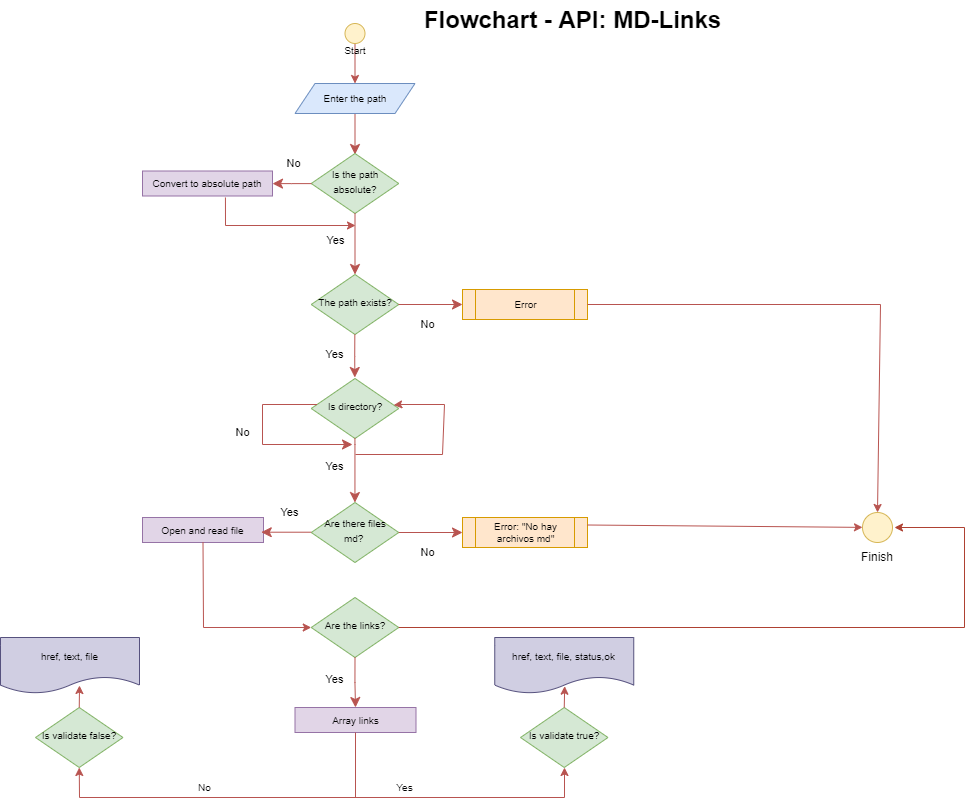
This is Diagrama_flujo_md-Links.drawio.png from arelia10/LIM017-md-links, a draw.io export, as it was before one commit. Source tidied: cells renumbered, new cells last; positions are measured from the earlier drawing's top-left corner, leaving out a move shared by most shapes.
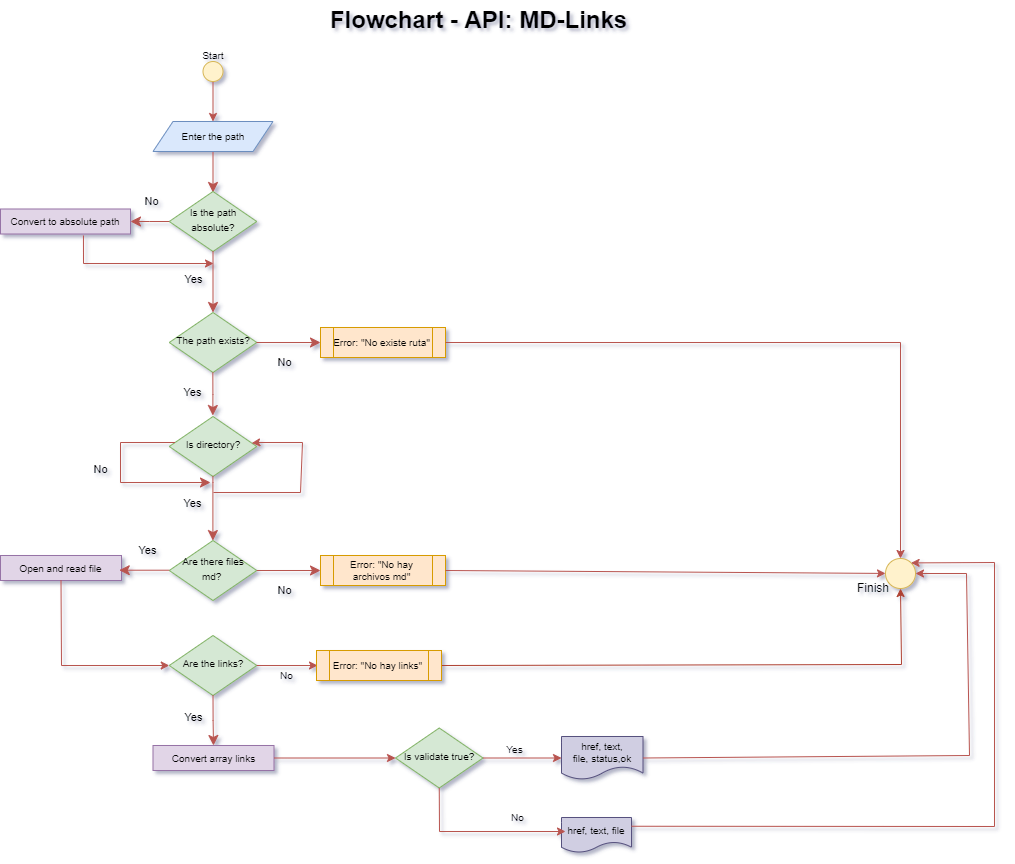
The same file after the commit.

Change to the diagram source:
```diff
@@ -1,4 +1,4 @@
-<mxGraphModel>
+<mxGraphModel shadow="1">
   <root>
     <mxCell id="0" />
     <mxCell id="1" parent="0" />
@@ -21,11 +21,11 @@
       <mxGeometry x="344.5" y="23" width="20" height="20" as="geometry" />
     </mxCell>
     <mxCell id="7" value="Flowchart - API: MD-Links" style="text;strokeColor=none;fillColor=none;html=1;fontSize=24;fontStyle=1;verticalAlign=middle;align=center;rounded=0;" parent="1" vertex="1">
-      <mxGeometry x="252" width="640" height="40" as="geometry" />
+      <mxGeometry x="300" y="-38" width="640" height="40" as="geometry" />
     </mxCell>
     <object id="8" label="&lt;font style=&quot;font-size: 10px;&quot;&gt;Start&lt;/font&gt;" name="Variable" placeholders="1">
       <mxCell style="text;html=1;strokeColor=none;fillColor=none;align=center;verticalAlign=middle;whiteSpace=wrap;overflow=hidden;rounded=0;" parent="1" vertex="1">
-        <mxGeometry x="314.5" y="40" width="80" height="20" as="geometry" />
+        <mxGeometry x="314.5" y="7" width="80" height="20" as="geometry" />
       </mxCell>
     </object>
     <mxCell id="9" value="&lt;span style=&quot;&quot;&gt;&lt;font style=&quot;font-size: 10px;&quot;&gt;Enter the path&lt;/font&gt;&lt;/span&gt;" style="shape=parallelogram;perimeter=parallelogramPerimeter;whiteSpace=wrap;html=1;fixedSize=1;fillColor=#dae8fc;strokeColor=#6c8ebf;rounded=0;" parent="1" vertex="1">
@@ -45,7 +45,7 @@
         <mxPoint x="398" y="304" as="sourcePoint" />
       </mxGeometry>
     </mxCell>
-    <mxCell id="14" value="Error" style="shape=process;whiteSpace=wrap;html=1;backgroundOutline=1;fontSize=10;fillColor=#ffe6cc;strokeColor=#d79b00;rounded=0;" parent="1" vertex="1">
+    <mxCell id="14" value="Error: &quot;No existe ruta&quot;" style="shape=process;whiteSpace=wrap;html=1;backgroundOutline=1;fontSize=10;fillColor=#ffe6cc;strokeColor=#d79b00;rounded=0;" parent="1" vertex="1">
       <mxGeometry x="462" y="289" width="125" height="30" as="geometry" />
     </mxCell>
     <mxCell id="15" value="Yes" style="edgeStyle=orthogonalEdgeStyle;rounded=0;html=1;jettySize=auto;orthogonalLoop=1;fontSize=11;endArrow=classic;endFill=1;endSize=8;strokeWidth=1;shadow=0;labelBackgroundColor=none;fillColor=#f8cecc;strokeColor=#b85450;" parent="1" edge="1">
@@ -129,76 +129,87 @@
         <mxPoint x="260.8" y="531.7" as="targetPoint" />
       </mxGeometry>
     </mxCell>
-    <mxCell id="29" style="endArrow=classic;html=1;rounded=0;exitX=1;exitY=0.25;exitDx=0;exitDy=0;fillColor=#f8cecc;strokeColor=#b85450;" parent="1" edge="1" source="23" target="30">
+    <mxCell id="29" style="endArrow=classic;html=1;rounded=0;exitX=1;exitY=0.5;exitDx=0;exitDy=0;fillColor=#f8cecc;strokeColor=#b85450;" parent="1" edge="1" source="23" target="30">
       <mxGeometry relative="1" as="geometry" />
     </mxCell>
     <mxCell id="30" style="ellipse;whiteSpace=wrap;html=1;fillColor=#fff2cc;strokeColor=#d6b656;rounded=0;" parent="1" vertex="1">
-      <mxGeometry x="862" y="512" width="30" height="30" as="geometry" />
+      <mxGeometry x="1027" y="520" width="30" height="30" as="geometry" />
     </mxCell>
     <mxCell id="31" value="Finish" style="text;html=1;strokeColor=none;fillColor=none;align=center;verticalAlign=middle;whiteSpace=wrap;rounded=0;" parent="1" vertex="1">
-      <mxGeometry x="847" y="542" width="60" height="30" as="geometry" />
+      <mxGeometry x="985" y="535" width="60" height="30" as="geometry" />
     </mxCell>
     <mxCell id="32" style="endArrow=classic;html=1;rounded=0;entryX=0.5;entryY=0;entryDx=0;entryDy=0;fillColor=#f8cecc;strokeColor=#b85450;" parent="1" edge="1" source="14" target="30">
       <mxGeometry relative="1" as="geometry">
         <Array as="points">
-          <mxPoint x="880" y="304" />
+          <mxPoint x="1042" y="304" />
         </Array>
       </mxGeometry>
     </mxCell>
     <mxCell id="33" value="&lt;font style=&quot;font-size: 10px;&quot;&gt;Is validate true?&lt;/font&gt;" style="rhombus;whiteSpace=wrap;html=1;shadow=0;fontFamily=Helvetica;fontSize=12;align=center;strokeWidth=1;spacing=6;spacingTop=-4;fillColor=#d5e8d4;strokeColor=#82b366;rounded=0;" parent="1" vertex="1">
-      <mxGeometry x="520" y="707" width="87.5" height="60" as="geometry" />
+      <mxGeometry x="537" y="689.5" width="87.5" height="60" as="geometry" />
     </mxCell>
-    <mxCell id="34" value="&lt;font style=&quot;font-size: 10px;&quot;&gt;Array links&lt;/font&gt;" style="rounded=0;whiteSpace=wrap;html=1;fillColor=#e1d5e7;strokeColor=#9673a6;" parent="1" vertex="1">
+    <mxCell id="34" value="&lt;font style=&quot;font-size: 10px;&quot;&gt;Convert array links&lt;/font&gt;" style="rounded=0;whiteSpace=wrap;html=1;fillColor=#e1d5e7;strokeColor=#9673a6;" parent="1" vertex="1">
       <mxGeometry x="294.5" y="707" width="121" height="25" as="geometry" />
     </mxCell>
-    <mxCell id="35" style="endArrow=classic;html=1;rounded=0;exitX=0.5;exitY=1;exitDx=0;exitDy=0;fillColor=#f8cecc;strokeColor=#b85450;" parent="1" edge="1" source="34">
-      <mxGeometry relative="1" as="geometry">
-        <mxPoint x="564" y="767" as="targetPoint" />
-        <Array as="points">
-          <mxPoint x="355" y="797" />
-          <mxPoint x="564" y="797" />
-        </Array>
-      </mxGeometry>
-    </mxCell>
-    <mxCell id="36" style="endArrow=classic;html=1;rounded=0;exitX=0.5;exitY=0;exitDx=0;exitDy=0;fillColor=#f8cecc;strokeColor=#b85450;entryX=0.503;entryY=0.87;entryDx=0;entryDy=0;entryPerimeter=0;" parent="1" edge="1" source="33" target="37">
+    <mxCell id="36" style="endArrow=classic;html=1;rounded=0;exitX=1;exitY=0.5;exitDx=0;exitDy=0;fillColor=#f8cecc;strokeColor=#b85450;entryX=0;entryY=0.5;entryDx=0;entryDy=0;" parent="1" edge="1" source="33" target="37">
       <mxGeometry relative="1" as="geometry" />
     </mxCell>
     <mxCell id="37" value="&lt;font color=&quot;#020203&quot; style=&quot;font-size: 10px; background-color: rgb(208, 206, 226);&quot;&gt;&lt;span style=&quot;text-align: left; font-size: 10px;&quot;&gt;&lt;font style=&quot;font-size: 10px;&quot;&gt;href, text, file,&amp;nbsp;&lt;/font&gt;&lt;/span&gt;&lt;span style=&quot;font-size: 10px; text-align: left;&quot;&gt;status,ok&lt;/span&gt;&lt;/font&gt;&lt;span style=&quot;text-align: left; background-color: rgba(110, 118, 129, 0.4); font-size: 10px;&quot;&gt;&lt;font style=&quot;font-size: 10px;&quot; color=&quot;#020203&quot;&gt;&lt;br style=&quot;font-size: 10px;&quot;&gt;&lt;/font&gt;&lt;/span&gt;" style="shape=document;whiteSpace=wrap;html=1;boundedLbl=1;fillColor=#d0cee2;strokeColor=#56517e;fontFamily=Helvetica;fontSize=10;" parent="1" vertex="1">
-      <mxGeometry x="494.2" y="637" width="139" height="56" as="geometry" />
+      <mxGeometry x="703" y="698" width="81.5" height="43" as="geometry" />
     </mxCell>
-    <mxCell id="38" style="endArrow=classic;html=1;rounded=0;fontFamily=Helvetica;fontSize=10;fontColor=#020203;fillColor=#f8cecc;strokeColor=#b85450;entryX=0.5;entryY=1;entryDx=0;entryDy=0;" parent="1" edge="1" target="39">
-      <mxGeometry relative="1" as="geometry">
-        <mxPoint x="356" y="797" as="sourcePoint" />
-        <Array as="points">
-          <mxPoint x="79" y="797" />
-        </Array>
-      </mxGeometry>
-    </mxCell>
-    <mxCell id="39" value="&lt;font style=&quot;font-size: 10px;&quot;&gt;Is validate false?&lt;/font&gt;" style="rhombus;whiteSpace=wrap;html=1;shadow=0;fontFamily=Helvetica;fontSize=12;align=center;strokeWidth=1;spacing=6;spacingTop=-4;fillColor=#d5e8d4;strokeColor=#82b366;rounded=0;" parent="1" vertex="1">
-      <mxGeometry x="35" y="707" width="87.5" height="60" as="geometry" />
-    </mxCell>
-    <mxCell id="40" style="endArrow=classic;html=1;rounded=0;fontFamily=Helvetica;fontSize=10;fontColor=#020203;exitX=0.5;exitY=0;exitDx=0;exitDy=0;fillColor=#f8cecc;strokeColor=#b85450;" parent="1" edge="1" source="39">
-      <mxGeometry relative="1" as="geometry">
-        <mxPoint x="79" y="685" as="targetPoint" />
-      </mxGeometry>
-    </mxCell>
     <mxCell id="41" value="Yes" style="text;html=1;align=center;verticalAlign=middle;strokeColor=none;fillColor=none;fontSize=10;fontFamily=Helvetica;fontColor=#020203;" parent="1" vertex="1">
-      <mxGeometry x="389" y="777" width="30" height="20" as="geometry" />
+      <mxGeometry x="641" y="701" width="30" height="20" as="geometry" />
     </mxCell>
     <mxCell id="42" value="No" style="text;html=1;align=center;verticalAlign=middle;strokeColor=none;fillColor=none;fontSize=10;fontFamily=Helvetica;fontColor=#020203;" parent="1" vertex="1">
-      <mxGeometry x="189" y="777" width="30" height="20" as="geometry" />
+      <mxGeometry x="644" y="769" width="30" height="20" as="geometry" />
     </mxCell>
-    <mxCell id="43" style="endArrow=classic;html=1;rounded=0;fontFamily=Helvetica;fontSize=10;fontColor=#020203;exitX=1;exitY=0.5;exitDx=0;exitDy=0;fillColor=#fad9d5;strokeColor=#ae4132;" parent="1" edge="1" source="25">
+    <mxCell id="43" style="endArrow=classic;html=1;rounded=0;fontFamily=Helvetica;fontSize=10;fontColor=#020203;fillColor=#fad9d5;strokeColor=#ae4132;entryX=0.5;entryY=1;entryDx=0;entryDy=0;exitX=1;exitY=0.5;exitDx=0;exitDy=0;" parent="1" edge="1" source="49" target="30">
       <mxGeometry relative="1" as="geometry">
-        <mxPoint x="894" y="527" as="targetPoint" />
         <Array as="points">
-          <mxPoint x="964" y="627" />
-          <mxPoint x="964" y="527" />
+          <mxPoint x="1043" y="626" />
         </Array>
       </mxGeometry>
     </mxCell>
     <mxCell id="44" value="&lt;font color=&quot;#020203&quot; style=&quot;font-size: 10px; background-color: rgb(208, 206, 226);&quot;&gt;&lt;span style=&quot;text-align: left; font-size: 10px;&quot;&gt;&lt;font style=&quot;font-size: 10px;&quot;&gt;href, text, file&lt;/font&gt;&lt;/span&gt;&lt;/font&gt;&lt;span style=&quot;text-align: left; background-color: rgba(110, 118, 129, 0.4); font-size: 10px;&quot;&gt;&lt;font style=&quot;font-size: 10px;&quot; color=&quot;#020203&quot;&gt;&lt;br style=&quot;font-size: 10px;&quot;&gt;&lt;/font&gt;&lt;/span&gt;" style="shape=document;whiteSpace=wrap;html=1;boundedLbl=1;fillColor=#d0cee2;strokeColor=#56517e;fontFamily=Helvetica;fontSize=10;" parent="1" vertex="1">
-      <mxGeometry y="637" width="139" height="56" as="geometry" />
+      <mxGeometry x="703" y="779" width="70" height="35" as="geometry" />
     </mxCell>
+    <mxCell id="45" style="endArrow=classic;html=1;rounded=0;exitX=1;exitY=0.5;exitDx=0;exitDy=0;entryX=0;entryY=0.5;entryDx=0;entryDy=0;fillColor=#f8cecc;strokeColor=#b85450;" parent="1" edge="1" source="34" target="33">
+      <mxGeometry relative="1" as="geometry" />
+    </mxCell>
+    <mxCell id="46" style="endArrow=classic;html=1;rounded=0;exitX=1;exitY=0.5;exitDx=0;exitDy=0;entryX=1;entryY=0.5;entryDx=0;entryDy=0;fillColor=#f8cecc;strokeColor=#b85450;" parent="1" edge="1" source="37" target="30">
+      <mxGeometry relative="1" as="geometry">
+        <Array as="points">
+          <mxPoint x="1111" y="717" />
+          <mxPoint x="1108" y="535" />
+        </Array>
+      </mxGeometry>
+    </mxCell>
+    <mxCell id="47" value="No" style="text;html=1;align=center;verticalAlign=middle;strokeColor=none;fillColor=none;fontSize=10;" parent="1" vertex="1">
+      <mxGeometry x="416.5" y="629" width="23" height="16" as="geometry" />
+    </mxCell>
+    <mxCell id="48" style="endArrow=classic;html=1;rounded=0;exitX=1;exitY=0.5;exitDx=0;exitDy=0;fillColor=#f8cecc;strokeColor=#b85450;" parent="1" edge="1" source="25">
+      <mxGeometry relative="1" as="geometry">
+        <mxPoint x="459" y="627" as="targetPoint" />
+      </mxGeometry>
+    </mxCell>
+    <mxCell id="49" value="Error: &quot;No hay links&quot;" style="shape=process;whiteSpace=wrap;html=1;backgroundOutline=1;fontSize=10;fillColor=#ffe6cc;strokeColor=#d79b00;rounded=0;" parent="1" vertex="1">
+      <mxGeometry x="458" y="612" width="125" height="30" as="geometry" />
+    </mxCell>
+    <mxCell id="50" style="endArrow=classic;html=1;rounded=0;fontSize=10;exitX=0.5;exitY=1;exitDx=0;exitDy=0;fillColor=#f8cecc;strokeColor=#b85450;" parent="1" edge="1" source="33">
+      <mxGeometry relative="1" as="geometry">
+        <mxPoint x="707" y="793" as="targetPoint" />
+        <Array as="points">
+          <mxPoint x="581" y="793" />
+        </Array>
+      </mxGeometry>
+    </mxCell>
+    <mxCell id="51" style="endArrow=classic;html=1;rounded=0;fontSize=10;exitX=1;exitY=0.25;exitDx=0;exitDy=0;entryX=1;entryY=0;entryDx=0;entryDy=0;fillColor=#f8cecc;strokeColor=#b85450;" parent="1" edge="1" source="44" target="30">
+      <mxGeometry relative="1" as="geometry">
+        <Array as="points">
+          <mxPoint x="1136" y="788" />
+          <mxPoint x="1136" y="524" />
+        </Array>
+      </mxGeometry>
+    </mxCell>
   </root>
 </mxGraphModel>
```
